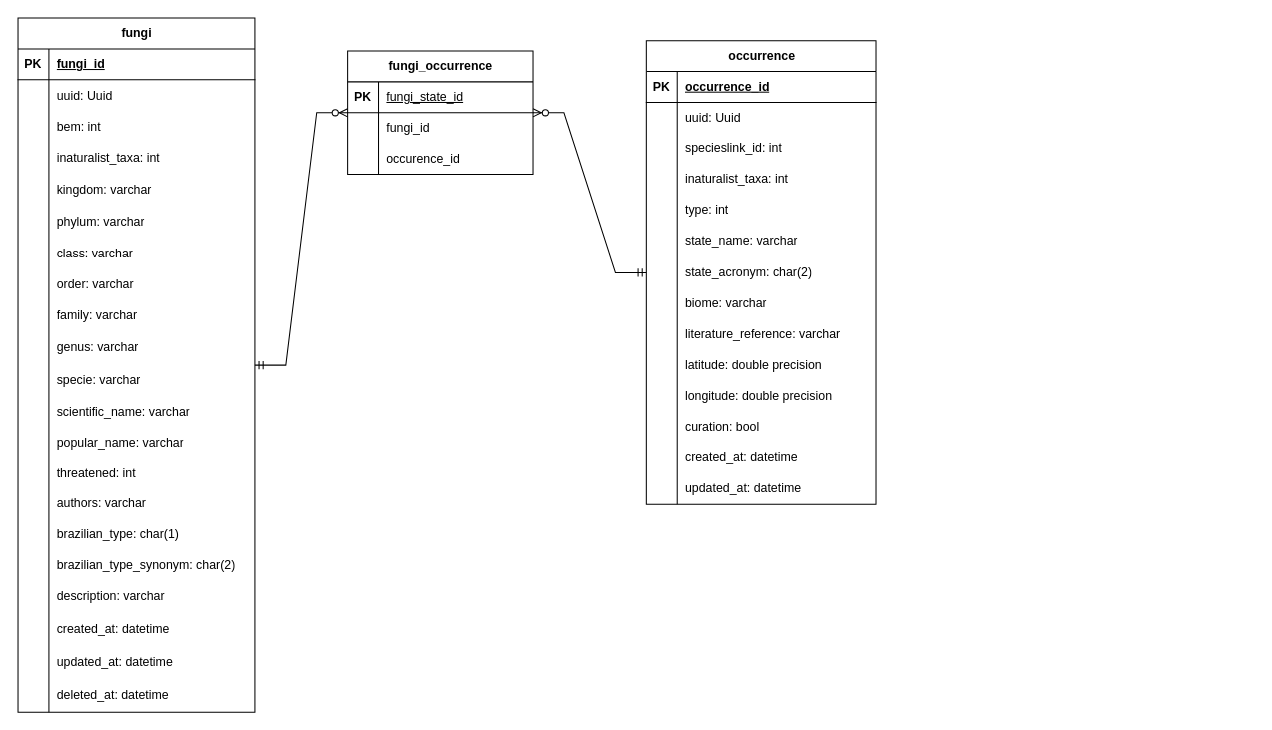
Above: BEM-bd.drawio in G2BC/BEM-docs (draw.io), before the change. Source tidied: cells renumbered, new cells numbered last; positions are measured from the earlier drawing's top-left corner, leaving out a move shared by most shapes. Both pictures are drawn from the tidied source at 103%, with x=0, y=0 at pixel (18, 18).
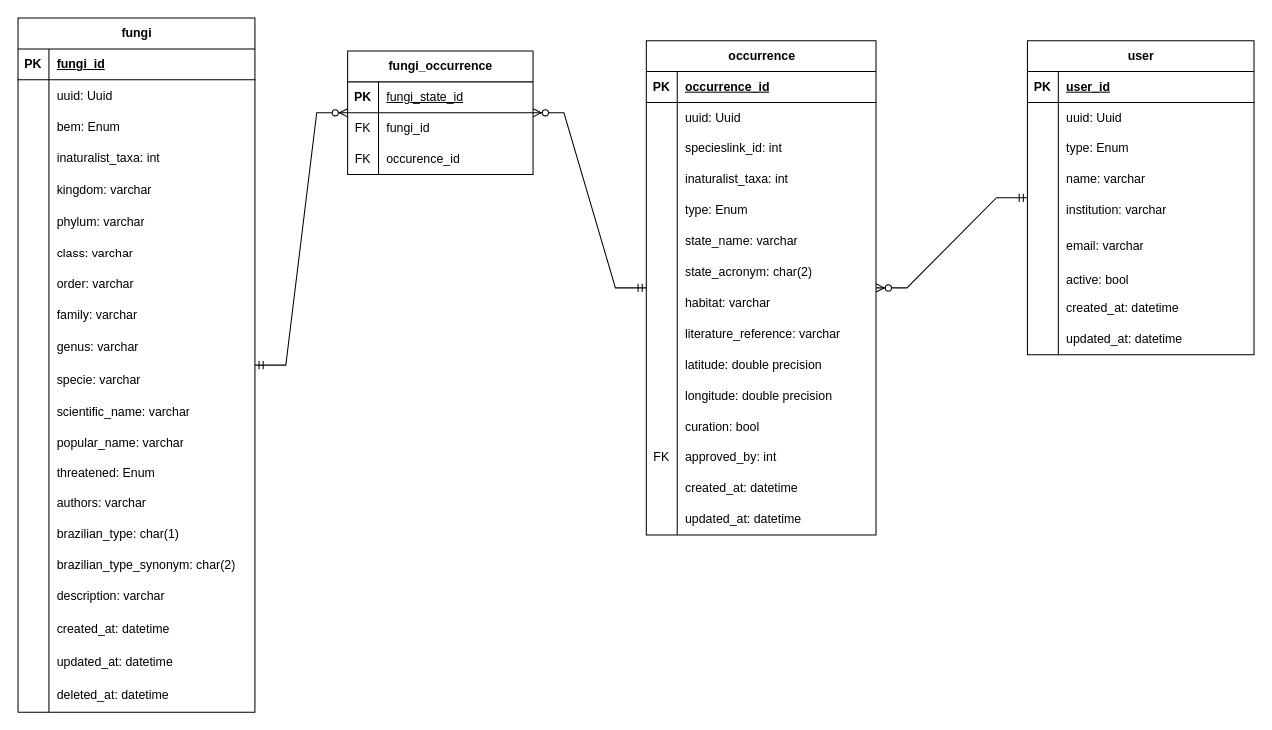
The same diagram, later.

Commit message:
adiciona entidade de usuarios

The change refers to these unchanged cells:
```xml
<mxCell id="9" style="shape=tableRow;horizontal=0;startSize=0;swimlaneHead=0;swimlaneBody=0;fillColor=none;top=0;left=0;right=0;bottom=0;" parent="2" vertex="1">
  <mxGeometry y="92" width="230" height="28" as="geometry" />
</mxCell>
<mxCell id="42" style="shape=tableRow;horizontal=0;startSize=0;swimlaneHead=0;swimlaneBody=0;fillColor=none;top=0;left=0;right=0;bottom=0;" parent="2" vertex="1">
  <mxGeometry y="428" width="230" height="28" as="geometry" />
</mxCell>
<mxCell id="70" style="shape=tableRow;horizontal=0;startSize=0;swimlaneHead=0;swimlaneBody=0;fillColor=none;top=0;left=0;right=0;bottom=0;" parent="66" vertex="1">
  <mxGeometry y="60" width="180" height="30" as="geometry" />
</mxCell>
<mxCell id="73" style="shape=tableRow;horizontal=0;startSize=0;swimlaneHead=0;swimlaneBody=0;fillColor=none;top=0;left=0;right=0;bottom=0;" parent="66" vertex="1">
  <mxGeometry y="90" width="180" height="30" as="geometry" />
</mxCell>
<mxCell id="91" style="shape=tableRow;horizontal=0;startSize=0;swimlaneHead=0;swimlaneBody=0;fillColor=none;top=0;left=0;right=0;bottom=0;" parent="78" vertex="1">
  <mxGeometry y="150" width="223" height="30" as="geometry" />
</mxCell>
<mxCell id="100" style="shape=tableRow;horizontal=0;startSize=0;swimlaneHead=0;swimlaneBody=0;fillColor=none;top=0;left=0;right=0;bottom=0;" parent="78" vertex="1">
  <mxGeometry y="240" width="223" height="30" as="geometry" />
</mxCell>
```

What changed in the source:
```diff
@@
-    <mxCell id="11" value="bem: int" style="shape=partialRectangle;fillColor=none;top=0;left=0;bottom=0;right=0;align=left;spacingLeft=6;overflow=hidden;whiteSpace=wrap;html=1;" parent="9" vertex="1">
+    <mxCell id="11" value="bem: Enum" style="shape=partialRectangle;fillColor=none;top=0;left=0;bottom=0;right=0;align=left;spacingLeft=6;overflow=hidden;whiteSpace=wrap;html=1;" parent="9" vertex="1">
       <mxGeometry x="30" width="200" height="28" as="geometry" />
     </mxCell>
@@
-    <mxCell id="44" value="threatened: int" style="shape=partialRectangle;fillColor=none;top=0;left=0;bottom=0;right=0;align=left;spacingLeft=6;overflow=hidden;whiteSpace=wrap;html=1;" parent="42" vertex="1">
+    <mxCell id="44" value="threatened: Enum" style="shape=partialRectangle;fillColor=none;top=0;left=0;bottom=0;right=0;align=left;spacingLeft=6;overflow=hidden;whiteSpace=wrap;html=1;" parent="42" vertex="1">
       <mxGeometry x="30" width="200" height="28" as="geometry" />
     </mxCell>
@@
-    <mxCell id="71" style="shape=partialRectangle;fillColor=none;top=0;left=0;bottom=0;right=0;overflow=hidden;whiteSpace=wrap;html=1;" parent="70" vertex="1">
+    <mxCell id="71" value="FK" style="shape=partialRectangle;fillColor=none;top=0;left=0;bottom=0;right=0;overflow=hidden;whiteSpace=wrap;html=1;" parent="70" vertex="1">
       <mxGeometry width="30" height="30" as="geometry" />
     </mxCell>
@@
-    <mxCell id="74" style="shape=partialRectangle;fillColor=none;top=0;left=0;bottom=0;right=0;overflow=hidden;whiteSpace=wrap;html=1;" parent="73" vertex="1">
+    <mxCell id="74" value="FK" style="shape=partialRectangle;fillColor=none;top=0;left=0;bottom=0;right=0;overflow=hidden;whiteSpace=wrap;html=1;" parent="73" vertex="1">
       <mxGeometry width="30" height="30" as="geometry" />
     </mxCell>
@@
     <mxCell id="78" value="occurrence" style="shape=table;startSize=30;childLayout=tableLayout;rowLines=0;fontStyle=1;align=center;html=1;" parent="1" vertex="1">
-      <mxGeometry x="610" y="22" width="223" height="450" as="geometry" />
+      <mxGeometry x="610" y="22" width="223" height="480" as="geometry" />
     </mxCell>
@@
-    <mxCell id="93" value="type: int" style="shape=partialRectangle;fillColor=none;top=0;left=0;bottom=0;right=0;align=left;spacingLeft=6;overflow=hidden;whiteSpace=wrap;html=1;" parent="91" vertex="1">
+    <mxCell id="93" value="type: Enum" style="shape=partialRectangle;fillColor=none;top=0;left=0;bottom=0;right=0;align=left;spacingLeft=6;overflow=hidden;whiteSpace=wrap;html=1;" parent="91" vertex="1">
       <mxGeometry x="30" width="193" height="30" as="geometry" />
     </mxCell>
@@
-    <mxCell id="102" value="biome: varchar" style="shape=partialRectangle;fillColor=none;top=0;left=0;bottom=0;right=0;align=left;spacingLeft=6;overflow=hidden;whiteSpace=wrap;html=1;" parent="100" vertex="1">
+    <mxCell id="102" value="habitat: varchar" style="shape=partialRectangle;fillColor=none;top=0;left=0;bottom=0;right=0;align=left;spacingLeft=6;overflow=hidden;whiteSpace=wrap;html=1;" parent="100" vertex="1">
       <mxGeometry x="30" width="193" height="30" as="geometry" />
     </mxCell>
@@
+    <mxCell id="121" style="shape=tableRow;horizontal=0;startSize=0;swimlaneHead=0;swimlaneBody=0;fillColor=none;top=0;left=0;right=0;bottom=0;" parent="78" vertex="1">
+      <mxGeometry y="390" width="223" height="30" as="geometry" />
+    </mxCell>
+    <mxCell id="122" value="FK" style="shape=partialRectangle;fillColor=none;top=0;left=0;bottom=0;right=0;overflow=hidden;whiteSpace=wrap;html=1;" parent="121" vertex="1">
+      <mxGeometry width="30" height="30" as="geometry" />
+    </mxCell>
+    <mxCell id="123" value="approved_by: int" style="shape=partialRectangle;fillColor=none;top=0;left=0;bottom=0;right=0;align=left;spacingLeft=6;overflow=hidden;whiteSpace=wrap;html=1;" parent="121" vertex="1">
+      <mxGeometry x="30" width="193" height="30" as="geometry" />
+    </mxCell>
     <mxCell id="115" style="shape=tableRow;horizontal=0;startSize=0;swimlaneHead=0;swimlaneBody=0;fillColor=none;top=0;left=0;right=0;bottom=0;" parent="78" vertex="1">
-      <mxGeometry y="390" width="223" height="30" as="geometry" />
+      <mxGeometry y="420" width="223" height="30" as="geometry" />
     </mxCell>
@@
     <mxCell id="118" style="shape=tableRow;horizontal=0;startSize=0;swimlaneHead=0;swimlaneBody=0;fillColor=none;top=0;left=0;right=0;bottom=0;" parent="78" vertex="1">
-      <mxGeometry y="420" width="223" height="30" as="geometry" />
+      <mxGeometry y="450" width="223" height="30" as="geometry" />
     </mxCell>
@@
+    <mxCell id="124" value="user" style="shape=table;startSize=30;childLayout=tableLayout;rowLines=0;fontStyle=1;align=center;html=1;" parent="1" vertex="1">
+      <mxGeometry x="980" y="22" width="220" height="305" as="geometry" />
+    </mxCell>
+    <mxCell id="125" style="shape=tableRow;horizontal=0;startSize=0;swimlaneHead=0;swimlaneBody=0;fillColor=none;top=0;left=0;right=0;bottom=1;" parent="124" vertex="1">
+      <mxGeometry y="30" width="220" height="30" as="geometry" />
+    </mxCell>
+    <mxCell id="126" value="PK" style="shape=partialRectangle;fillColor=none;top=0;left=0;bottom=0;right=0;fontStyle=1;overflow=hidden;whiteSpace=wrap;html=1;" parent="125" vertex="1">
+      <mxGeometry width="30" height="30" as="geometry" />
+    </mxCell>
+    <mxCell id="127" value="user_id" style="shape=partialRectangle;fillColor=none;top=0;left=0;bottom=0;right=0;align=left;spacingLeft=6;fontStyle=5;overflow=hidden;whiteSpace=wrap;html=1;" parent="125" vertex="1">
+      <mxGeometry x="30" width="190" height="30" as="geometry" />
+    </mxCell>
+    <mxCell id="128" style="shape=tableRow;horizontal=0;startSize=0;swimlaneHead=0;swimlaneBody=0;fillColor=none;top=0;left=0;right=0;bottom=0;" parent="124" vertex="1">
+      <mxGeometry y="60" width="220" height="30" as="geometry" />
+    </mxCell>
+    <mxCell id="129" style="shape=partialRectangle;fillColor=none;top=0;left=0;bottom=0;right=0;overflow=hidden;whiteSpace=wrap;html=1;" parent="128" vertex="1">
+      <mxGeometry width="30" height="30" as="geometry" />
+    </mxCell>
+    <mxCell id="130" value="uuid: Uuid" style="shape=partialRectangle;fillColor=none;top=0;left=0;bottom=0;right=0;align=left;spacingLeft=6;overflow=hidden;whiteSpace=wrap;html=1;" parent="128" vertex="1">
+      <mxGeometry x="30" width="190" height="30" as="geometry" />
+    </mxCell>
+    <mxCell id="131" style="shape=tableRow;horizontal=0;startSize=0;swimlaneHead=0;swimlaneBody=0;fillColor=none;top=0;left=0;right=0;bottom=0;" parent="124" vertex="1">
+      <mxGeometry y="90" width="220" height="30" as="geometry" />
+    </mxCell>
+    <mxCell id="132" style="shape=partialRectangle;fillColor=none;top=0;left=0;bottom=0;right=0;overflow=hidden;whiteSpace=wrap;html=1;" parent="131" vertex="1">
+      <mxGeometry width="30" height="30" as="geometry" />
+    </mxCell>
+    <mxCell id="133" value="type: Enum" style="shape=partialRectangle;fillColor=none;top=0;left=0;bottom=0;right=0;align=left;spacingLeft=6;overflow=hidden;whiteSpace=wrap;html=1;" parent="131" vertex="1">
+      <mxGeometry x="30" width="190" height="30" as="geometry" />
+    </mxCell>
+    <mxCell id="134" style="shape=tableRow;horizontal=0;startSize=0;swimlaneHead=0;swimlaneBody=0;fillColor=none;top=0;left=0;right=0;bottom=0;" parent="124" vertex="1">
+      <mxGeometry y="120" width="220" height="30" as="geometry" />
+    </mxCell>
+    <mxCell id="135" style="shape=partialRectangle;fillColor=none;top=0;left=0;bottom=0;right=0;overflow=hidden;whiteSpace=wrap;html=1;" parent="134" vertex="1">
+      <mxGeometry width="30" height="30" as="geometry" />
+    </mxCell>
+    <mxCell id="136" value="name: varchar" style="shape=partialRectangle;fillColor=none;top=0;left=0;bottom=0;right=0;align=left;spacingLeft=6;overflow=hidden;whiteSpace=wrap;html=1;" parent="134" vertex="1">
+      <mxGeometry x="30" width="190" height="30" as="geometry" />
+    </mxCell>
+    <mxCell id="137" style="shape=tableRow;horizontal=0;startSize=0;swimlaneHead=0;swimlaneBody=0;fillColor=none;top=0;left=0;right=0;bottom=0;" parent="124" vertex="1">
+      <mxGeometry y="150" width="220" height="30" as="geometry" />
+    </mxCell>
+    <mxCell id="138" style="shape=partialRectangle;fillColor=none;top=0;left=0;bottom=0;right=0;overflow=hidden;whiteSpace=wrap;html=1;" parent="137" vertex="1">
+      <mxGeometry width="30" height="30" as="geometry" />
+    </mxCell>
+    <mxCell id="139" value="institution: varchar" style="shape=partialRectangle;fillColor=none;top=0;left=0;bottom=0;right=0;align=left;spacingLeft=6;overflow=hidden;whiteSpace=wrap;html=1;" parent="137" vertex="1">
+      <mxGeometry x="30" width="190" height="30" as="geometry" />
+    </mxCell>
+    <mxCell id="140" style="shape=tableRow;horizontal=0;startSize=0;swimlaneHead=0;swimlaneBody=0;fillColor=none;top=0;left=0;right=0;bottom=0;" parent="124" vertex="1">
+      <mxGeometry y="180" width="220" height="40" as="geometry" />
+    </mxCell>
+    <mxCell id="141" style="shape=partialRectangle;fillColor=none;top=0;left=0;bottom=0;right=0;overflow=hidden;whiteSpace=wrap;html=1;" parent="140" vertex="1">
+      <mxGeometry width="30" height="40" as="geometry" />
+    </mxCell>
+    <mxCell id="142" value="email: varchar" style="shape=partialRectangle;fillColor=none;top=0;left=0;bottom=0;right=0;align=left;spacingLeft=6;overflow=hidden;whiteSpace=wrap;html=1;" parent="140" vertex="1">
+      <mxGeometry x="30" width="190" height="40" as="geometry" />
+    </mxCell>
+    <mxCell id="143" style="shape=tableRow;horizontal=0;startSize=0;swimlaneHead=0;swimlaneBody=0;fillColor=none;top=0;left=0;right=0;bottom=0;" parent="124" vertex="1">
+      <mxGeometry y="220" width="220" height="25" as="geometry" />
+    </mxCell>
+    <mxCell id="144" style="shape=partialRectangle;fillColor=none;top=0;left=0;bottom=0;right=0;overflow=hidden;whiteSpace=wrap;html=1;" parent="143" vertex="1">
+      <mxGeometry width="30" height="25" as="geometry" />
+    </mxCell>
+    <mxCell id="145" value="active: bool" style="shape=partialRectangle;fillColor=none;top=0;left=0;bottom=0;right=0;align=left;spacingLeft=6;overflow=hidden;whiteSpace=wrap;html=1;" parent="143" vertex="1">
+      <mxGeometry x="30" width="190" height="25" as="geometry" />
+    </mxCell>
+    <mxCell id="146" style="shape=tableRow;horizontal=0;startSize=0;swimlaneHead=0;swimlaneBody=0;fillColor=none;top=0;left=0;right=0;bottom=0;" parent="124" vertex="1">
+      <mxGeometry y="245" width="220" height="30" as="geometry" />
+    </mxCell>
+    <mxCell id="147" style="shape=partialRectangle;fillColor=none;top=0;left=0;bottom=0;right=0;overflow=hidden;whiteSpace=wrap;html=1;" parent="146" vertex="1">
+      <mxGeometry width="30" height="30" as="geometry" />
+    </mxCell>
+    <mxCell id="148" value="created_at: datetime" style="shape=partialRectangle;fillColor=none;top=0;left=0;bottom=0;right=0;align=left;spacingLeft=6;overflow=hidden;whiteSpace=wrap;html=1;" parent="146" vertex="1">
+      <mxGeometry x="30" width="190" height="30" as="geometry" />
+    </mxCell>
+    <mxCell id="149" style="shape=tableRow;horizontal=0;startSize=0;swimlaneHead=0;swimlaneBody=0;fillColor=none;top=0;left=0;right=0;bottom=0;" parent="124" vertex="1">
+      <mxGeometry y="275" width="220" height="30" as="geometry" />
+    </mxCell>
+    <mxCell id="150" style="shape=partialRectangle;fillColor=none;top=0;left=0;bottom=0;right=0;overflow=hidden;whiteSpace=wrap;html=1;" parent="149" vertex="1">
+      <mxGeometry width="30" height="30" as="geometry" />
+    </mxCell>
+    <mxCell id="151" value="updated_at: datetime" style="shape=partialRectangle;fillColor=none;top=0;left=0;bottom=0;right=0;align=left;spacingLeft=6;overflow=hidden;whiteSpace=wrap;html=1;" parent="149" vertex="1">
+      <mxGeometry x="30" width="190" height="30" as="geometry" />
+    </mxCell>
+    <mxCell id="152" style="edgeStyle=entityRelationEdgeStyle;fontSize=12;html=1;endArrow=ERzeroToMany;startArrow=ERmandOne;rounded=0;" parent="1" edge="1" source="124" target="78">
+      <mxGeometry relative="1" as="geometry">
+        <Array as="points">
+          <mxPoint x="940" y="412" />
+          <mxPoint x="1370" y="422" />
+          <mxPoint x="990" y="532" />
+        </Array>
+      </mxGeometry>
+    </mxCell>
```
